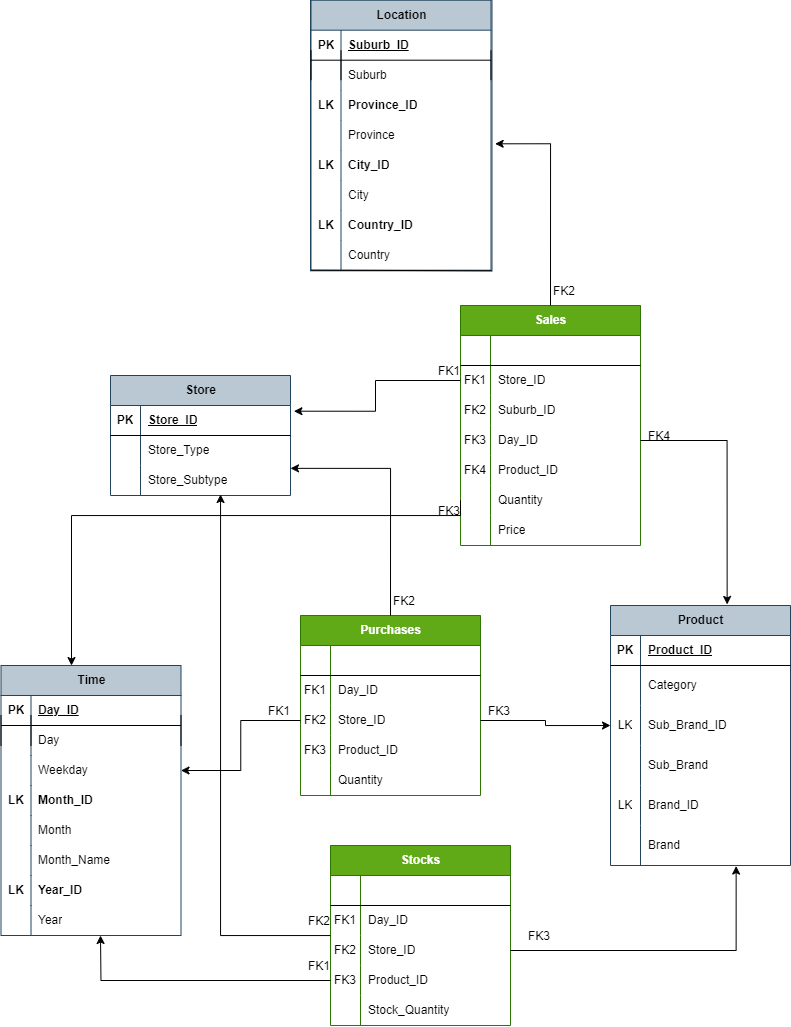
This is DimensionalModel.png from Wilowisp98/dw-cigarettes, a draw.io export, as it was before one commit. Source tidied: cells renumbered, new cells last; positions are measured from the earlier drawing's top-left corner, leaving out a move shared by most shapes.
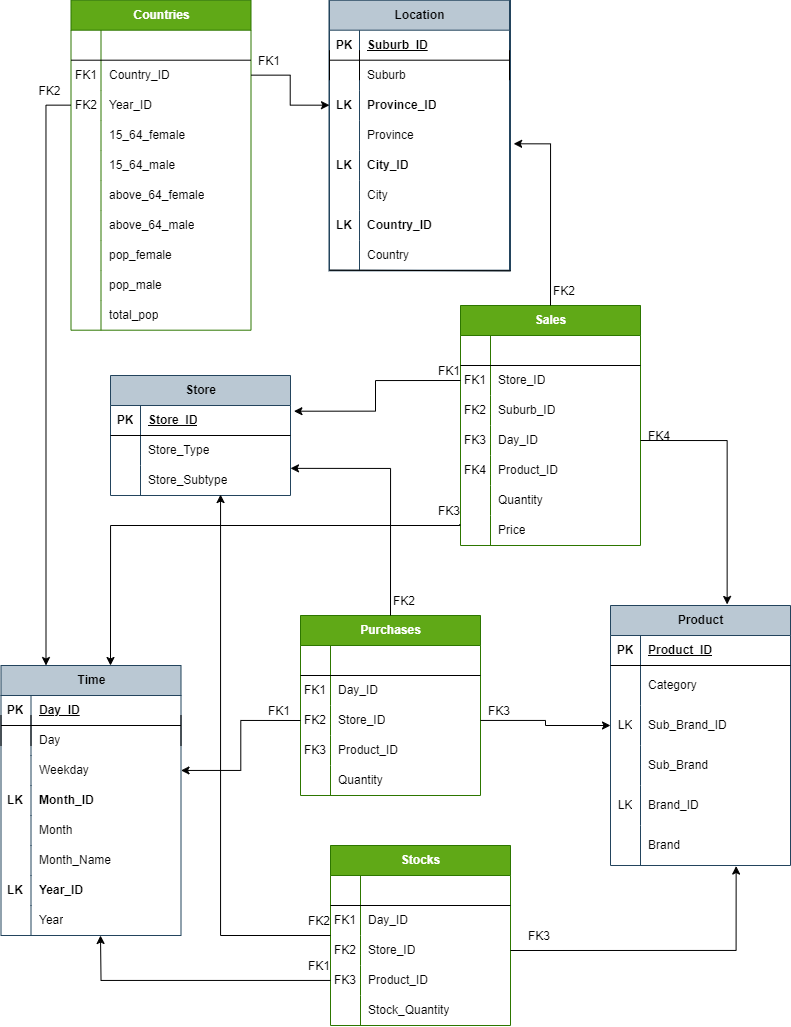
Above is the later version.

Commit message:
New Dimensional Model

The edit, as a diff of the source:
```diff
@@ -60,7 +60,7 @@
       <mxGeometry x="30" width="150" height="40" as="geometry" />
     </mxCell>
     <mxCell id="21" style="group;fillColor=none;strokeColor=#23445d;" parent="1" vertex="1">
-      <mxGeometry x="310" y="-0.3" width="181.5" height="270.6" as="geometry" />
+      <mxGeometry x="328.5" y="-0.3" width="181.5" height="270.6" as="geometry" />
     </mxCell>
     <mxCell id="22" value="Location" style="shape=table;startSize=30;rowLines=0;fontStyle=1;align=center;html=1;fillColor=#bac8d3;strokeColor=#23445d;" parent="21" vertex="1">
       <mxGeometry x="0.5" width="180" height="270" as="geometry" />
@@ -484,13 +484,12 @@
     <mxCell id="152" style="edgeStyle=orthogonalEdgeStyle;rounded=0;jettySize=auto;html=1;exitX=0.5;exitY=0;exitDx=0;exitDy=0;entryX=1;entryY=1.095;entryDx=0;entryDy=0;entryPerimeter=0;" parent="1" edge="1" source="112" target="106">
       <mxGeometry relative="1" as="geometry" />
     </mxCell>
-    <mxCell id="153" style="edgeStyle=orthogonalEdgeStyle;rounded=0;jettySize=auto;html=1;exitX=0;exitY=0.5;exitDx=0;exitDy=0;" parent="1" edge="1" source="96">
+    <mxCell id="153" style="edgeStyle=orthogonalEdgeStyle;rounded=0;jettySize=auto;html=1;exitX=0.847;exitY=0.954;exitDx=0;exitDy=0;exitPerimeter=0;" parent="1" edge="1" source="163">
       <mxGeometry relative="1" as="geometry">
-        <mxPoint x="70" y="665" as="targetPoint" />
+        <mxPoint x="110" y="665" as="targetPoint" />
         <Array as="points">
-          <mxPoint x="460" y="515" />
-          <mxPoint x="71" y="515" />
-          <mxPoint x="71" y="665" />
+          <mxPoint x="459" y="525" />
+          <mxPoint x="110" y="525" />
         </Array>
       </mxGeometry>
     </mxCell>
@@ -614,5 +613,128 @@
     <mxCell id="193" value="FK2" style="shape=partialRectangle;fillColor=none;top=0;left=0;bottom=0;right=0;align=left;spacingLeft=6;overflow=hidden;" parent="191" vertex="1">
       <mxGeometry x="30" width="40" height="30" as="geometry" />
     </mxCell>
+    <mxCell id="194" value="Countries" style="shape=table;startSize=30;rowLines=0;fontStyle=1;align=center;html=1;fillColor=#60a917;fontColor=#ffffff;strokeColor=#2D7600;" parent="1" vertex="1">
+      <mxGeometry x="70.5" y="-0.3" width="180" height="330" as="geometry" />
+    </mxCell>
+    <mxCell id="195" style="shape=tableRow;horizontal=0;startSize=0;swimlaneHead=0;swimlaneBody=0;fillColor=none;top=0;left=0;right=0;bottom=1;" parent="194" vertex="1">
+      <mxGeometry y="30" width="180" height="30" as="geometry" />
+    </mxCell>
+    <mxCell id="196" style="shape=partialRectangle;fillColor=none;top=0;left=0;bottom=0;right=0;fontStyle=1;overflow=hidden;whiteSpace=wrap;html=1;" parent="195" vertex="1">
+      <mxGeometry width="30" height="30" as="geometry" />
+    </mxCell>
+    <mxCell id="197" style="shape=partialRectangle;fillColor=none;top=0;left=0;bottom=0;right=0;align=left;spacingLeft=6;fontStyle=5;overflow=hidden;whiteSpace=wrap;html=1;" parent="195" vertex="1">
+      <mxGeometry x="30" width="150" height="30" as="geometry" />
+    </mxCell>
+    <mxCell id="198" style="shape=tableRow;horizontal=0;startSize=0;swimlaneHead=0;swimlaneBody=0;fillColor=none;points=[[0,0.5],[1,0.5]];portConstraint=eastwest;top=0;left=0;right=0;bottom=0;" parent="194" vertex="1">
+      <mxGeometry y="60" width="180" height="30" as="geometry" />
+    </mxCell>
+    <mxCell id="199" value="FK1" style="shape=partialRectangle;fillColor=none;top=0;left=0;bottom=0;right=0;overflow=hidden;whiteSpace=wrap;html=1;" parent="198" vertex="1">
+      <mxGeometry width="30" height="30" as="geometry" />
+    </mxCell>
+    <mxCell id="200" value="Country_ID" style="shape=partialRectangle;fillColor=none;top=0;left=0;bottom=0;right=0;align=left;spacingLeft=6;overflow=hidden;whiteSpace=wrap;html=1;" parent="198" vertex="1">
+      <mxGeometry x="30" width="150" height="30" as="geometry" />
+    </mxCell>
+    <mxCell id="201" style="shape=tableRow;horizontal=0;startSize=0;swimlaneHead=0;swimlaneBody=0;fillColor=none;points=[[0,0.5],[1,0.5]];portConstraint=eastwest;top=0;left=0;right=0;bottom=0;" parent="194" vertex="1">
+      <mxGeometry y="90" width="180" height="30" as="geometry" />
+    </mxCell>
+    <mxCell id="202" value="FK2" style="shape=partialRectangle;fillColor=none;top=0;left=0;bottom=0;right=0;overflow=hidden;whiteSpace=wrap;html=1;" parent="201" vertex="1">
+      <mxGeometry width="30" height="30" as="geometry" />
+    </mxCell>
+    <mxCell id="203" value="Year_ID" style="shape=partialRectangle;fillColor=none;top=0;left=0;bottom=0;right=0;align=left;spacingLeft=6;overflow=hidden;whiteSpace=wrap;html=1;" parent="201" vertex="1">
+      <mxGeometry x="30" width="150" height="30" as="geometry" />
+    </mxCell>
+    <mxCell id="204" style="shape=tableRow;horizontal=0;startSize=0;swimlaneHead=0;swimlaneBody=0;fillColor=none;top=0;left=0;right=0;bottom=0;" parent="194" vertex="1">
+      <mxGeometry y="120" width="180" height="30" as="geometry" />
+    </mxCell>
+    <mxCell id="205" style="shape=partialRectangle;fillColor=none;top=0;left=0;bottom=0;right=0;overflow=hidden;whiteSpace=wrap;html=1;" parent="204" vertex="1">
+      <mxGeometry width="30" height="30" as="geometry" />
+    </mxCell>
+    <mxCell id="206" value="15_64_female" style="shape=partialRectangle;fillColor=none;top=0;left=0;bottom=0;right=0;align=left;spacingLeft=6;overflow=hidden;whiteSpace=wrap;html=1;" parent="204" vertex="1">
+      <mxGeometry x="30" width="150" height="30" as="geometry" />
+    </mxCell>
+    <mxCell id="207" style="shape=tableRow;horizontal=0;startSize=0;swimlaneHead=0;swimlaneBody=0;fillColor=none;top=0;left=0;right=0;bottom=0;" parent="194" vertex="1">
+      <mxGeometry y="150" width="180" height="30" as="geometry" />
+    </mxCell>
+    <mxCell id="208" style="shape=partialRectangle;fillColor=none;top=0;left=0;bottom=0;right=0;overflow=hidden;whiteSpace=wrap;html=1;" parent="207" vertex="1">
+      <mxGeometry width="30" height="30" as="geometry" />
+    </mxCell>
+    <mxCell id="209" value="15_64_male" style="shape=partialRectangle;fillColor=none;top=0;left=0;bottom=0;right=0;align=left;spacingLeft=6;overflow=hidden;whiteSpace=wrap;html=1;" parent="207" vertex="1">
+      <mxGeometry x="30" width="150" height="30" as="geometry" />
+    </mxCell>
+    <mxCell id="210" style="shape=tableRow;horizontal=0;startSize=0;swimlaneHead=0;swimlaneBody=0;fillColor=none;top=0;left=0;right=0;bottom=0;" parent="194" vertex="1">
+      <mxGeometry y="180" width="180" height="30" as="geometry" />
+    </mxCell>
+    <mxCell id="211" style="shape=partialRectangle;fillColor=none;top=0;left=0;bottom=0;right=0;overflow=hidden;whiteSpace=wrap;html=1;" parent="210" vertex="1">
+      <mxGeometry width="30" height="30" as="geometry" />
+    </mxCell>
+    <mxCell id="212" value="above_64_female" style="shape=partialRectangle;fillColor=none;top=0;left=0;bottom=0;right=0;align=left;spacingLeft=6;overflow=hidden;whiteSpace=wrap;html=1;" parent="210" vertex="1">
+      <mxGeometry x="30" width="150" height="30" as="geometry" />
+    </mxCell>
+    <mxCell id="213" style="shape=tableRow;horizontal=0;startSize=0;swimlaneHead=0;swimlaneBody=0;fillColor=none;top=0;left=0;right=0;bottom=0;" parent="194" vertex="1">
+      <mxGeometry y="210" width="180" height="30" as="geometry" />
+    </mxCell>
+    <mxCell id="214" style="shape=partialRectangle;fillColor=none;top=0;left=0;bottom=0;right=0;overflow=hidden;whiteSpace=wrap;html=1;" parent="213" vertex="1">
+      <mxGeometry width="30" height="30" as="geometry" />
+    </mxCell>
+    <mxCell id="215" value="above_64_male" style="shape=partialRectangle;fillColor=none;top=0;left=0;bottom=0;right=0;align=left;spacingLeft=6;overflow=hidden;whiteSpace=wrap;html=1;" parent="213" vertex="1">
+      <mxGeometry x="30" width="150" height="30" as="geometry" />
+    </mxCell>
+    <mxCell id="216" style="shape=tableRow;horizontal=0;startSize=0;swimlaneHead=0;swimlaneBody=0;fillColor=none;top=0;left=0;right=0;bottom=0;" parent="194" vertex="1">
+      <mxGeometry y="240" width="180" height="30" as="geometry" />
+    </mxCell>
+    <mxCell id="217" style="shape=partialRectangle;fillColor=none;top=0;left=0;bottom=0;right=0;overflow=hidden;whiteSpace=wrap;html=1;" parent="216" vertex="1">
+      <mxGeometry width="30" height="30" as="geometry" />
+    </mxCell>
+    <mxCell id="218" value="pop_female" style="shape=partialRectangle;fillColor=none;top=0;left=0;bottom=0;right=0;align=left;spacingLeft=6;overflow=hidden;whiteSpace=wrap;html=1;" parent="216" vertex="1">
+      <mxGeometry x="30" width="150" height="30" as="geometry" />
+    </mxCell>
+    <mxCell id="219" style="shape=tableRow;horizontal=0;startSize=0;swimlaneHead=0;swimlaneBody=0;fillColor=none;top=0;left=0;right=0;bottom=0;" parent="194" vertex="1">
+      <mxGeometry y="270" width="180" height="30" as="geometry" />
+    </mxCell>
+    <mxCell id="220" style="shape=partialRectangle;fillColor=none;top=0;left=0;bottom=0;right=0;overflow=hidden;whiteSpace=wrap;html=1;" parent="219" vertex="1">
+      <mxGeometry width="30" height="30" as="geometry" />
+    </mxCell>
+    <mxCell id="221" value="pop_male" style="shape=partialRectangle;fillColor=none;top=0;left=0;bottom=0;right=0;align=left;spacingLeft=6;overflow=hidden;whiteSpace=wrap;html=1;" parent="219" vertex="1">
+      <mxGeometry x="30" width="150" height="30" as="geometry" />
+    </mxCell>
+    <mxCell id="222" style="shape=tableRow;horizontal=0;startSize=0;swimlaneHead=0;swimlaneBody=0;fillColor=none;top=0;left=0;right=0;bottom=0;" parent="194" vertex="1">
+      <mxGeometry y="300" width="180" height="30" as="geometry" />
+    </mxCell>
+    <mxCell id="223" style="shape=partialRectangle;fillColor=none;top=0;left=0;bottom=0;right=0;overflow=hidden;whiteSpace=wrap;html=1;" parent="222" vertex="1">
+      <mxGeometry width="30" height="30" as="geometry" />
+    </mxCell>
+    <mxCell id="224" value="total_pop" style="shape=partialRectangle;fillColor=none;top=0;left=0;bottom=0;right=0;align=left;spacingLeft=6;overflow=hidden;whiteSpace=wrap;html=1;" parent="222" vertex="1">
+      <mxGeometry x="30" width="150" height="30" as="geometry" />
+    </mxCell>
+    <mxCell id="225" style="edgeStyle=orthogonalEdgeStyle;rounded=0;jettySize=auto;html=1;entryX=0;entryY=0.5;entryDx=0;entryDy=0;" parent="1" edge="1" source="198" target="29">
+      <mxGeometry relative="1" as="geometry" />
+    </mxCell>
+    <mxCell id="226" style="shape=table;startSize=0;rowLines=0;fontStyle=0;align=center;strokeColor=none;fillColor=none;whiteSpace=wrap;html=1;" parent="1" vertex="1">
+      <mxGeometry x="220" y="45" width="70" height="30" as="geometry" />
+    </mxCell>
+    <mxCell id="227" style="shape=tableRow;horizontal=0;startSize=0;swimlaneHead=0;swimlaneBody=0;fillColor=none;top=0;left=0;right=0;bottom=0;" parent="226" vertex="1">
+      <mxGeometry width="70" height="30" as="geometry" />
+    </mxCell>
+    <mxCell id="228" style="shape=partialRectangle;fillColor=none;top=0;left=0;bottom=0;right=0;overflow=hidden;" parent="227" vertex="1">
+      <mxGeometry width="30" height="30" as="geometry" />
+    </mxCell>
+    <mxCell id="229" value="FK1" style="shape=partialRectangle;fillColor=none;top=0;left=0;bottom=0;right=0;align=left;spacingLeft=6;overflow=hidden;" parent="227" vertex="1">
+      <mxGeometry x="30" width="40" height="30" as="geometry" />
+    </mxCell>
+    <mxCell id="230" style="edgeStyle=orthogonalEdgeStyle;rounded=0;jettySize=auto;html=1;entryX=0.25;entryY=0;entryDx=0;entryDy=0;" parent="1" edge="1" source="201" target="52">
+      <mxGeometry relative="1" as="geometry" />
+    </mxCell>
+    <mxCell id="231" style="shape=table;startSize=0;rowLines=0;fontStyle=0;align=center;strokeColor=none;fillColor=none;whiteSpace=wrap;html=1;" parent="1" vertex="1">
+      <mxGeometry x="0.5" y="75" width="70" height="30" as="geometry" />
+    </mxCell>
+    <mxCell id="232" style="shape=tableRow;horizontal=0;startSize=0;swimlaneHead=0;swimlaneBody=0;fillColor=none;top=0;left=0;right=0;bottom=0;" parent="231" vertex="1">
+      <mxGeometry width="70" height="30" as="geometry" />
+    </mxCell>
+    <mxCell id="233" style="shape=partialRectangle;fillColor=none;top=0;left=0;bottom=0;right=0;overflow=hidden;" parent="232" vertex="1">
+      <mxGeometry width="30" height="30" as="geometry" />
+    </mxCell>
+    <mxCell id="234" value="FK2" style="shape=partialRectangle;fillColor=none;top=0;left=0;bottom=0;right=0;align=left;spacingLeft=6;overflow=hidden;" parent="232" vertex="1">
+      <mxGeometry x="30" width="40" height="30" as="geometry" />
+    </mxCell>
   </root>
 </mxGraphModel>
```
